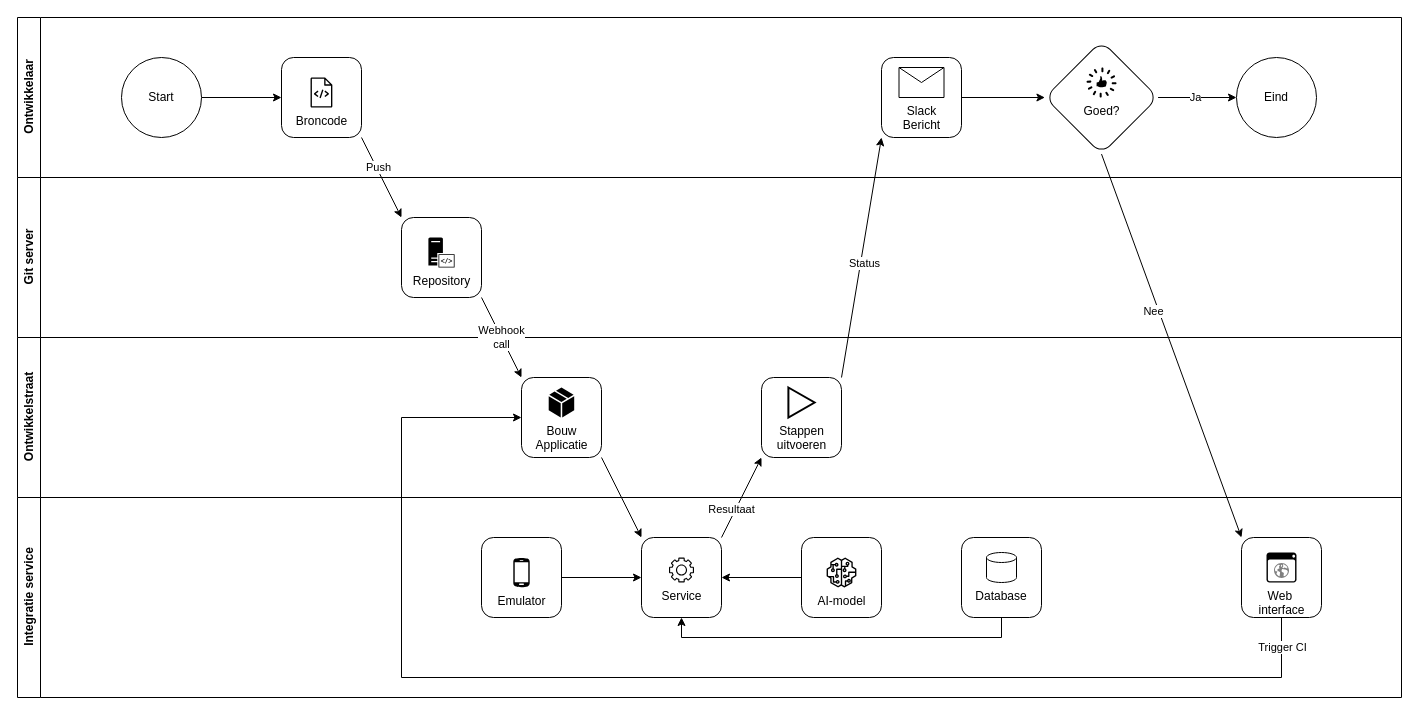
The draw.io diagram page "Integratie service" (13 of 13) of cli app.drawio in luukvankooten/draw.io, before the edit. Source tidied: cells renumbered, new cells numbered last; positions are measured from the earlier drawing's top-left corner, leaving out a move shared by most shapes. Both pictures are drawn from the tidied source at 100%, with x=0, y=0 at pixel (17, 17).
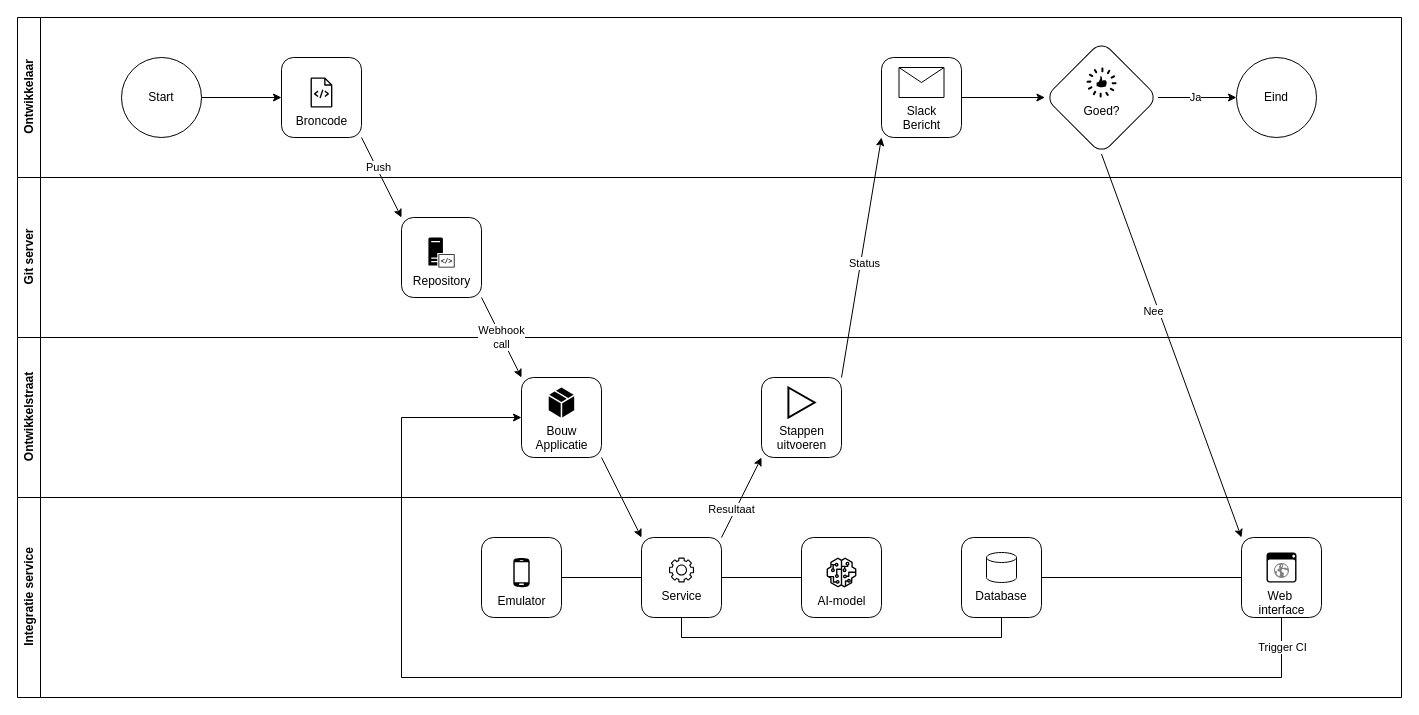
The same page after the edit.

Unchanged cells that the change refers to:
```xml
<mxCell id="23" value="Integratie service" style="swimlane;horizontal=0;whiteSpace=wrap;html=1;" parent="1" vertex="1">
  <mxGeometry y="480" width="1384" height="200" as="geometry" />
</mxCell>
<mxCell id="24" style="rounded=1;whiteSpace=wrap;html=1;" parent="23" vertex="1">
  <mxGeometry x="1224" y="40" width="80" height="80" as="geometry" />
</mxCell>
<mxCell id="26" style="rounded=1;whiteSpace=wrap;html=1;" parent="23" vertex="1">
  <mxGeometry x="464" y="40" width="80" height="80" as="geometry" />
</mxCell>
<mxCell id="28" style="rounded=1;whiteSpace=wrap;html=1;" parent="23" vertex="1">
  <mxGeometry x="624" y="40" width="80" height="80" as="geometry" />
</mxCell>
<mxCell id="31" style="rounded=1;whiteSpace=wrap;html=1;" parent="23" vertex="1">
  <mxGeometry x="784" y="40" width="80" height="80" as="geometry" />
</mxCell>
<mxCell id="34" style="rounded=1;whiteSpace=wrap;html=1;" parent="23" vertex="1">
  <mxGeometry x="944" y="40" width="80" height="80" as="geometry" />
</mxCell>
```

The edit, as a diff of the source:
```diff
@@
-    <mxCell id="25" style="edgeStyle=orthogonalEdgeStyle;rounded=0;jettySize=auto;html=1;entryX=0;entryY=0.5;entryDx=0;entryDy=0;" parent="23" edge="1" source="26" target="28">
+    <mxCell id="25" style="edgeStyle=orthogonalEdgeStyle;rounded=0;jettySize=auto;html=1;entryX=0;entryY=0.5;entryDx=0;entryDy=0;startArrow=none;startFill=0;endArrow=none;endFill=0;" parent="23" edge="1" source="26" target="28">
       <mxGeometry relative="1" as="geometry" />
     </mxCell>
@@
-    <mxCell id="30" style="edgeStyle=orthogonalEdgeStyle;rounded=0;jettySize=auto;html=1;entryX=1;entryY=0.5;entryDx=0;entryDy=0;" parent="23" edge="1" source="31" target="28">
+    <mxCell id="30" style="edgeStyle=orthogonalEdgeStyle;rounded=0;jettySize=auto;html=1;entryX=1;entryY=0.5;entryDx=0;entryDy=0;endArrow=none;endFill=0;" parent="23" edge="1" source="31" target="28">
       <mxGeometry relative="1" as="geometry" />
     </mxCell>
@@
-    <mxCell id="33" style="edgeStyle=orthogonalEdgeStyle;rounded=0;jettySize=auto;html=1;entryX=0.5;entryY=1;entryDx=0;entryDy=0;" parent="23" edge="1" source="34" target="28">
+    <mxCell id="33" style="edgeStyle=orthogonalEdgeStyle;rounded=0;jettySize=auto;html=1;entryX=0.5;entryY=1;entryDx=0;entryDy=0;startArrow=none;startFill=0;endArrow=none;endFill=0;" parent="23" edge="1" source="34" target="28">
       <mxGeometry relative="1" as="geometry">
         <Array as="points">
           <mxPoint x="984" y="140" />
           <mxPoint x="664" y="140" />
         </Array>
       </mxGeometry>
     </mxCell>
+    <mxCell id="50" style="edgeStyle=orthogonalEdgeStyle;rounded=0;jettySize=auto;html=1;entryX=0;entryY=0.5;entryDx=0;entryDy=0;endArrow=none;endFill=0;" parent="23" edge="1" source="34" target="24">
+      <mxGeometry relative="1" as="geometry" />
+    </mxCell>
```
